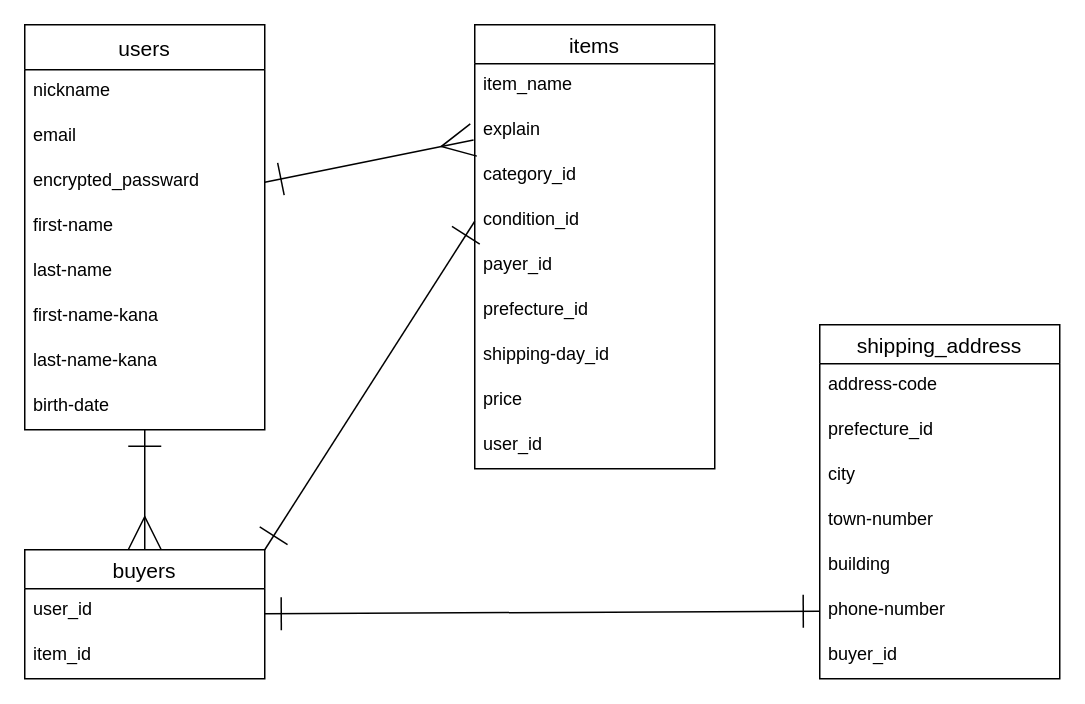
Above: furima.dio in schweiz1snow/furima-36493 (draw.io), before the change. Source tidied: cells renumbered, new cells numbered last; positions are measured from the earlier drawing's top-left corner, leaving out a move shared by most shapes. Both pictures are drawn from the tidied source at 150%, with x=0, y=0 at pixel (24, 24).
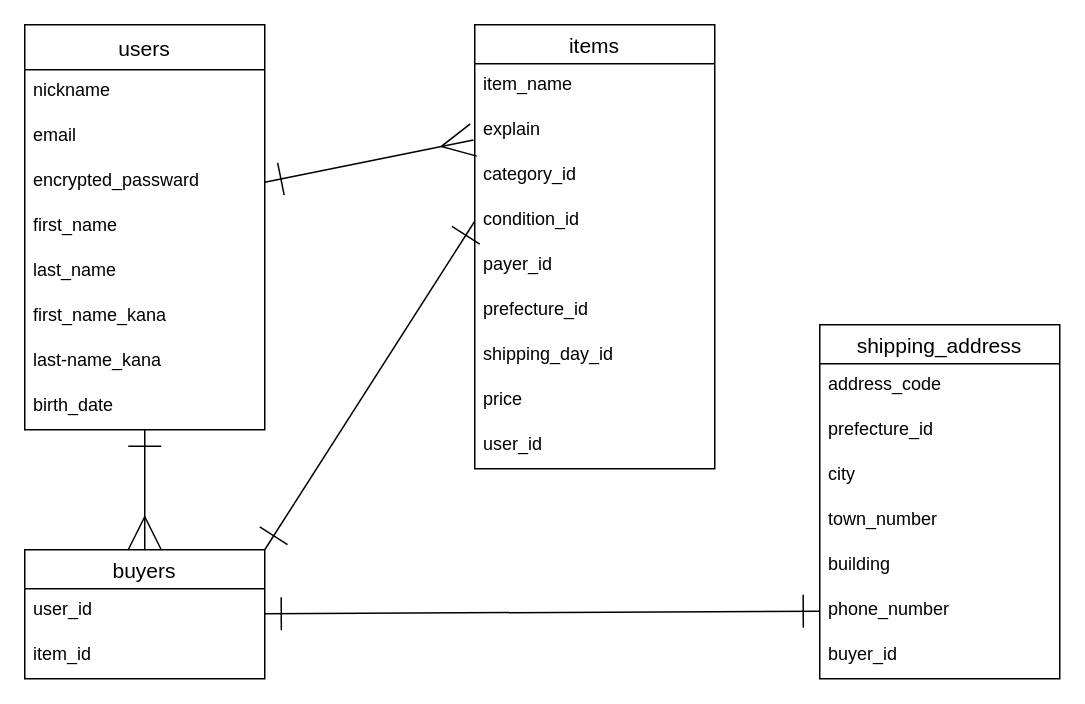
Above is the later version.

The change refers to these unchanged cells:
```xml
<mxCell id="3" value="users" style="swimlane;fontStyle=0;horizontal=1;startSize=30;align=center;fontSize=14;" parent="1" vertex="1">
  <mxGeometry width="160" height="270" as="geometry" />
</mxCell>
<mxCell id="12" value="items" style="swimlane;fontStyle=0;horizontal=1;startSize=26;align=center;fontSize=14;" parent="1" vertex="1">
  <mxGeometry x="300" width="160" height="296" as="geometry" />
</mxCell>
<mxCell id="27" value="shipping_address" style="swimlane;fontStyle=0;horizontal=1;startSize=26;align=center;fontSize=14;" parent="1" vertex="1">
  <mxGeometry x="530" y="200" width="160" height="236" as="geometry" />
</mxCell>
```

Change to the diagram source:
```diff
@@
-    <mxCell id="7" value="first-name" style="text;strokeColor=none;fillColor=none;spacingLeft=4;spacingRight=4;overflow=hidden;fontSize=12;" parent="3" vertex="1">
+    <mxCell id="7" value="first_name" style="text;strokeColor=none;fillColor=none;spacingLeft=4;spacingRight=4;overflow=hidden;fontSize=12;" parent="3" vertex="1">
       <mxGeometry y="120" width="160" height="30" as="geometry" />
     </mxCell>
-    <mxCell id="8" value="last-name" style="text;strokeColor=none;fillColor=none;spacingLeft=4;spacingRight=4;overflow=hidden;fontSize=12;" parent="3" vertex="1">
+    <mxCell id="8" value="last_name" style="text;strokeColor=none;fillColor=none;spacingLeft=4;spacingRight=4;overflow=hidden;fontSize=12;" parent="3" vertex="1">
       <mxGeometry y="150" width="160" height="30" as="geometry" />
     </mxCell>
-    <mxCell id="9" value="first-name-kana" style="text;strokeColor=none;fillColor=none;spacingLeft=4;spacingRight=4;overflow=hidden;fontSize=12;" parent="3" vertex="1">
+    <mxCell id="9" value="first_name_kana" style="text;strokeColor=none;fillColor=none;spacingLeft=4;spacingRight=4;overflow=hidden;fontSize=12;" parent="3" vertex="1">
       <mxGeometry y="180" width="160" height="30" as="geometry" />
     </mxCell>
-    <mxCell id="10" value="last-name-kana" style="text;strokeColor=none;fillColor=none;spacingLeft=4;spacingRight=4;overflow=hidden;fontSize=12;" parent="3" vertex="1">
+    <mxCell id="10" value="last-name_kana" style="text;strokeColor=none;fillColor=none;spacingLeft=4;spacingRight=4;overflow=hidden;fontSize=12;" parent="3" vertex="1">
       <mxGeometry y="210" width="160" height="30" as="geometry" />
     </mxCell>
-    <mxCell id="11" value="birth-date" style="text;strokeColor=none;fillColor=none;spacingLeft=4;spacingRight=4;overflow=hidden;fontSize=12;" parent="3" vertex="1">
+    <mxCell id="11" value="birth_date" style="text;strokeColor=none;fillColor=none;spacingLeft=4;spacingRight=4;overflow=hidden;fontSize=12;" parent="3" vertex="1">
       <mxGeometry y="240" width="160" height="30" as="geometry" />
     </mxCell>
@@
-    <mxCell id="19" value="shipping-day_id" style="text;strokeColor=none;fillColor=none;spacingLeft=4;spacingRight=4;overflow=hidden;fontSize=12;" parent="12" vertex="1">
+    <mxCell id="19" value="shipping_day_id" style="text;strokeColor=none;fillColor=none;spacingLeft=4;spacingRight=4;overflow=hidden;fontSize=12;" parent="12" vertex="1">
       <mxGeometry y="206" width="160" height="30" as="geometry" />
     </mxCell>
@@
-    <mxCell id="28" value="address-code" style="text;strokeColor=none;fillColor=none;spacingLeft=4;spacingRight=4;overflow=hidden;fontSize=12;" parent="27" vertex="1">
+    <mxCell id="28" value="address_code" style="text;strokeColor=none;fillColor=none;spacingLeft=4;spacingRight=4;overflow=hidden;fontSize=12;" parent="27" vertex="1">
       <mxGeometry y="26" width="160" height="30" as="geometry" />
     </mxCell>
@@
-    <mxCell id="31" value="town-number" style="text;strokeColor=none;fillColor=none;spacingLeft=4;spacingRight=4;overflow=hidden;fontSize=12;" parent="27" vertex="1">
+    <mxCell id="31" value="town_number" style="text;strokeColor=none;fillColor=none;spacingLeft=4;spacingRight=4;overflow=hidden;fontSize=12;" parent="27" vertex="1">
       <mxGeometry y="116" width="160" height="30" as="geometry" />
     </mxCell>
@@
-    <mxCell id="33" value="phone-number" style="text;strokeColor=none;fillColor=none;spacingLeft=4;spacingRight=4;overflow=hidden;points=[[0,0.5],[1,0.5]];portConstraint=eastwest;fontSize=12;" parent="27" vertex="1">
+    <mxCell id="33" value="phone_number" style="text;strokeColor=none;fillColor=none;spacingLeft=4;spacingRight=4;overflow=hidden;points=[[0,0.5],[1,0.5]];portConstraint=eastwest;fontSize=12;" parent="27" vertex="1">
       <mxGeometry y="176" width="160" height="30" as="geometry" />
     </mxCell>
```
